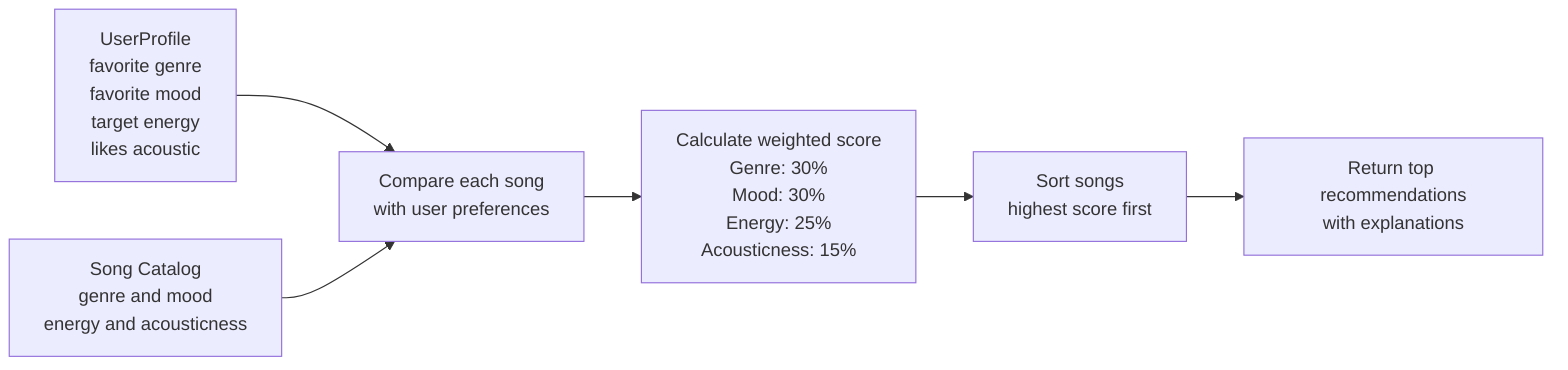
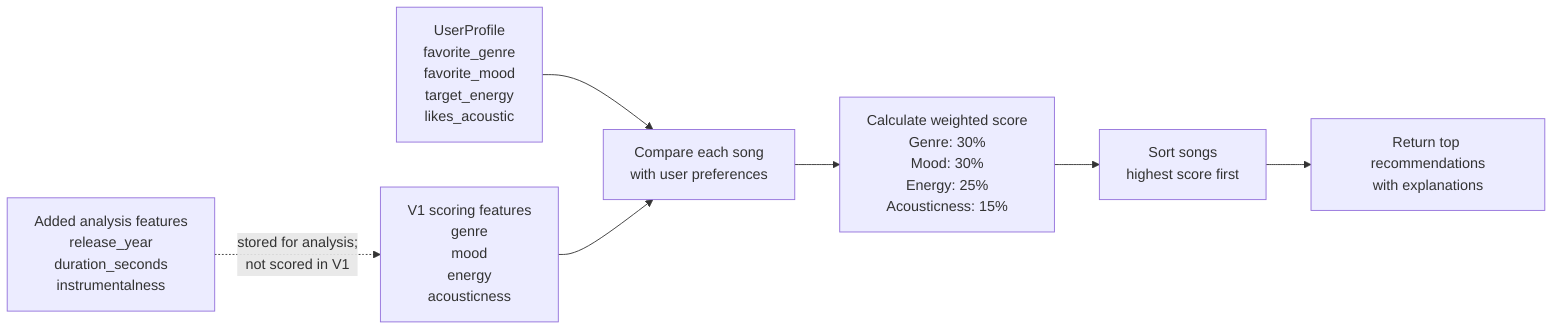
flowchart LR
-     A["UserProfile<br/>favorite genre<br/>favorite mood<br/>target energy<br/>likes acoustic"]
-     B["Song Catalog<br/>genre and mood<br/>energy and acousticness"]
+     A["UserProfile<br/>favorite_genre<br/>favorite_mood<br/>target_energy<br/>likes_acoustic"]
+     B["V1 scoring features<br/>genre<br/>mood<br/>energy<br/>acousticness"]
+     G["Added analysis features<br/>release_year<br/>duration_seconds<br/>instrumentalness"]

    A --> C["Compare each song<br/>with user preferences"]
    B --> C
+     G -. "stored for analysis;<br/>not scored in V1" .-> B

    C --> D["Calculate weighted score<br/>Genre: 30%<br/>Mood: 30%<br/>Energy: 25%<br/>Acousticness: 15%"]
    D --> E["Sort songs<br/>highest score first"]
    E --> F["Return top recommendations<br/>with explanations"]
